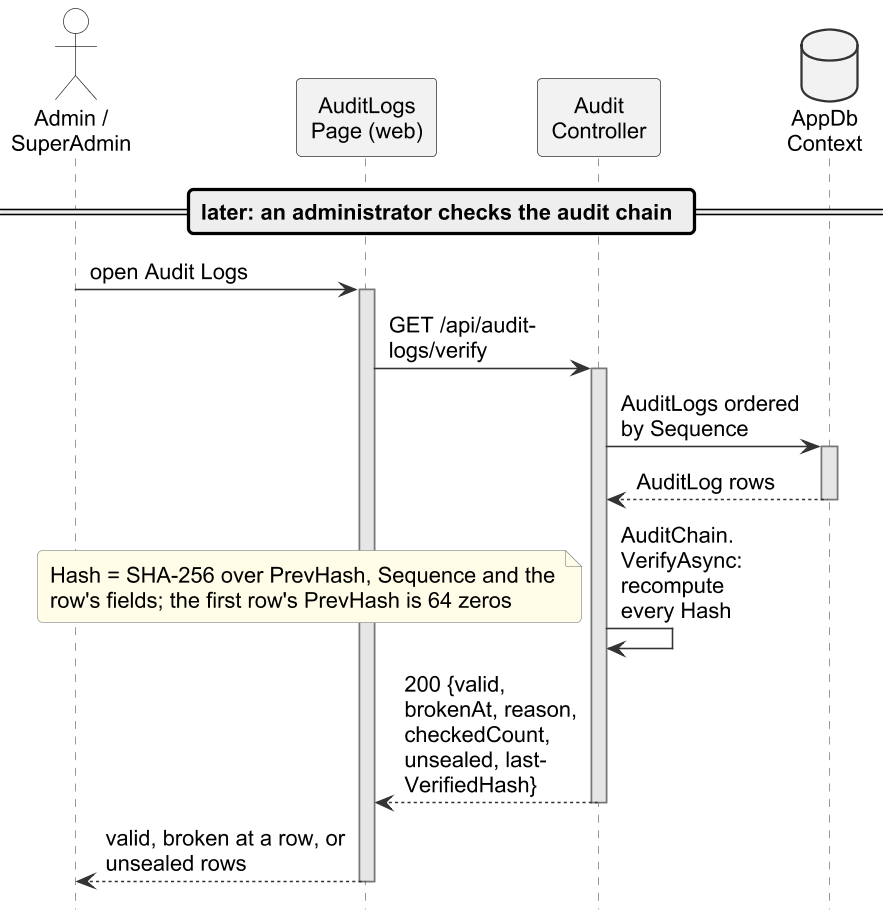
Before: important docs/fyp_doc_3chatp/Figures/seq_audit_b.png, a diagram exported from PlantUML (Haiderali27-hub/AI-Lab-Monitoring-). The source it was exported from:
```plantuml
@startuml
!include style.iuml
skinparam defaultFontSize 14
skinparam ArrowFontSize 14
hide footbox
hide unlinked
skinparam ParticipantPadding 2
skinparam BoxPadding 0
skinparam maxMessageSize 200
skinparam sequence {
  MessageAlign left
  LifeLineBackgroundColor #E6E6E6
}

actor "Admin /\nSuperAdmin" as T
participant "AuditLogs\nPage (web)" as ALP
participant "Audit\nController" as AUC
database "AppDb\nContext" as DB
== later: an administrator checks the audit chain ==
T -> ALP : open Audit Logs
activate ALP
ALP -> AUC : GET /api/audit-\nlogs/verify
activate AUC
AUC -> DB : AuditLogs ordered\nby Sequence
activate DB
DB --> AUC : AuditLog rows
deactivate DB
AUC -> AUC : AuditChain.\nVerifyAsync:\nrecompute\nevery Hash
note left
Hash = SHA-256 over PrevHash, Sequence and the
row's fields; the first row's PrevHash is 64 zeros
end note
AUC --> ALP : 200 {valid,\nbrokenAt, reason,\ncheckedCount,\nunsealed, last-\nVerifiedHash}
deactivate AUC
ALP --> T : valid, broken at a row, or unsealed rows
deactivate ALP
@enduml
```
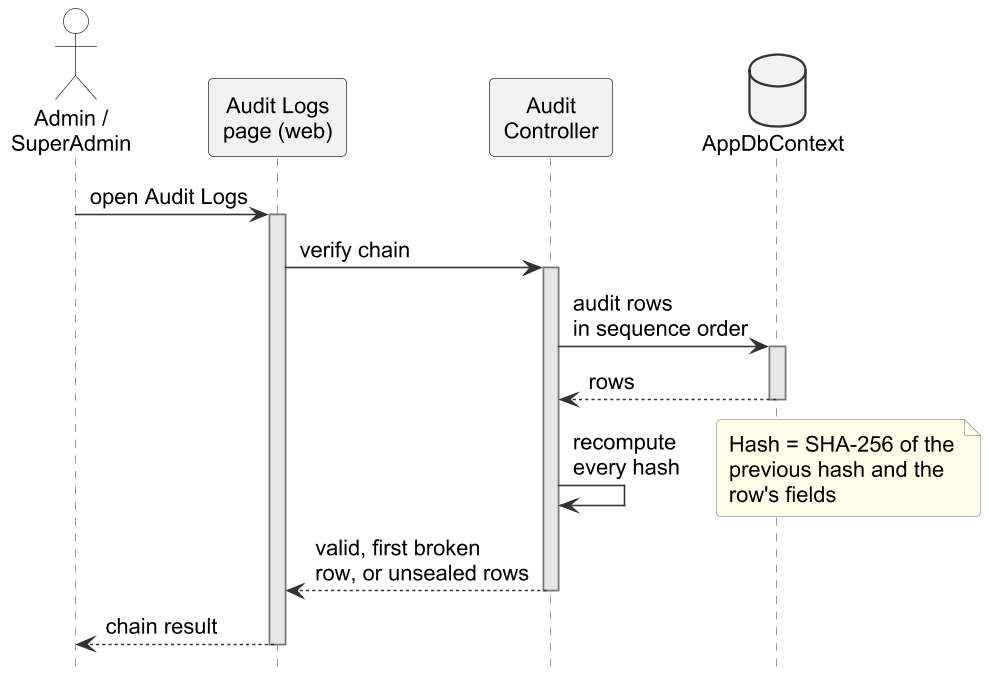
After the change.

Change to the diagram source:
```diff
@@ -2,36 +2,37 @@
 !include style.iuml
 skinparam defaultFontSize 14
 skinparam ArrowFontSize 14
+skinparam maxMessageSize 200
 hide footbox
 hide unlinked
-skinparam ParticipantPadding 2
+skinparam ParticipantPadding 6
 skinparam BoxPadding 0
-skinparam maxMessageSize 200
 skinparam sequence {
   MessageAlign left
   LifeLineBackgroundColor #E6E6E6
 }
 
 actor "Admin /\nSuperAdmin" as T
-participant "AuditLogs\nPage (web)" as ALP
+participant "Audit Logs\npage (web)" as ALP
 participant "Audit\nController" as AUC
-database "AppDb\nContext" as DB
-== later: an administrator checks the audit chain ==
+database "AppDbContext" as DB
+
 T -> ALP : open Audit Logs
 activate ALP
-ALP -> AUC : GET /api/audit-\nlogs/verify
+ALP -> AUC : verify chain
 activate AUC
-AUC -> DB : AuditLogs ordered\nby Sequence
+AUC -> DB : audit rows\nin sequence order
 activate DB
-DB --> AUC : AuditLog rows
+DB --> AUC : rows
 deactivate DB
-AUC -> AUC : AuditChain.\nVerifyAsync:\nrecompute\nevery Hash
-note left
-Hash = SHA-256 over PrevHash, Sequence and the
-row's fields; the first row's PrevHash is 64 zeros
+AUC -> AUC : recompute\nevery hash
+note right
+Hash = SHA-256 of the
+previous hash and the
+row's fields
 end note
-AUC --> ALP : 200 {valid,\nbrokenAt, reason,\ncheckedCount,\nunsealed, last-\nVerifiedHash}
+AUC --> ALP : valid, first broken\nrow, or unsealed rows
 deactivate AUC
-ALP --> T : valid, broken at a row, or unsealed rows
+ALP --> T : chain result
 deactivate ALP
 @enduml
```
